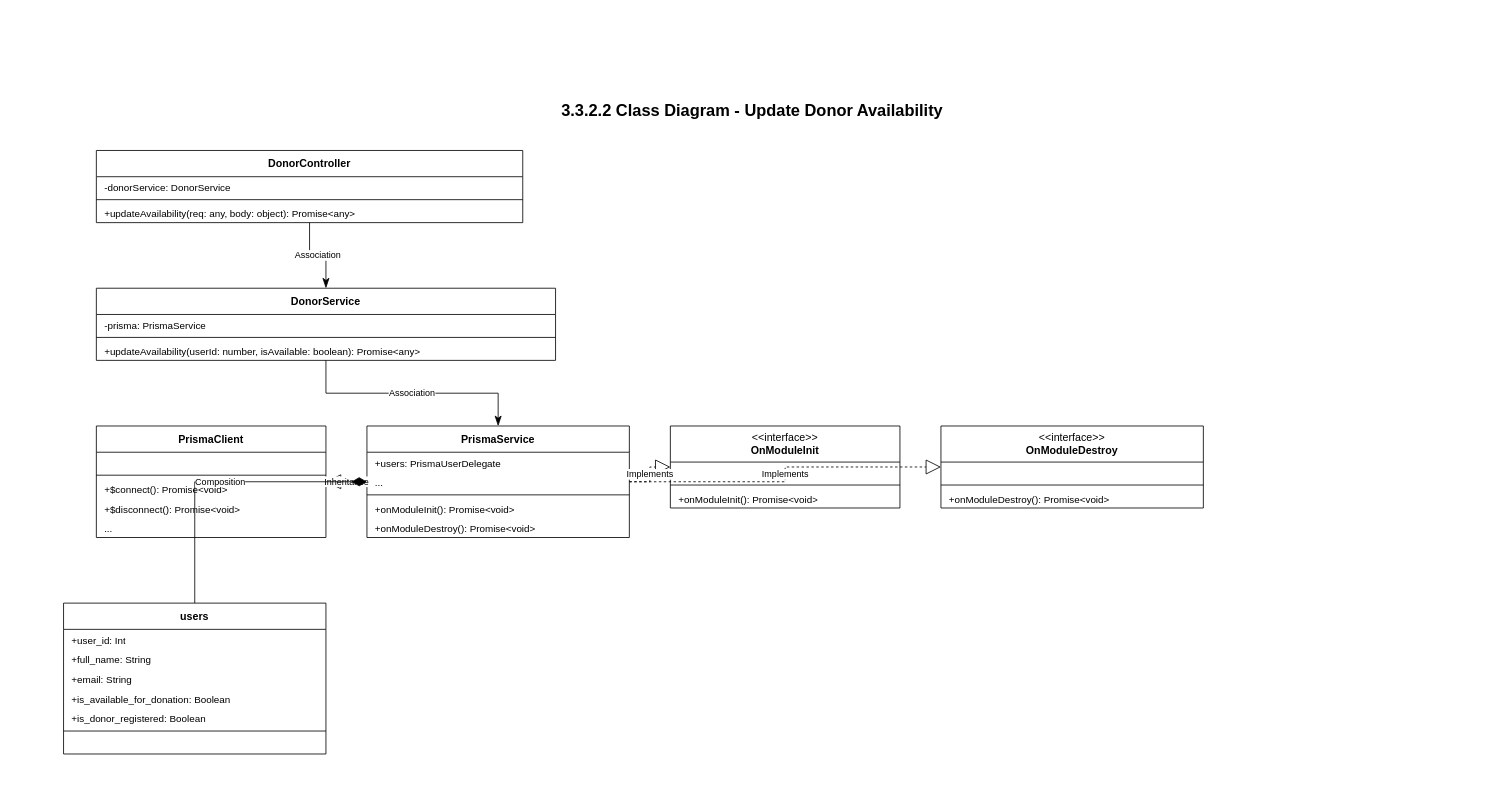
Earlier version of the draw.io diagram page "Update Donor Availability" (3 of 7) of donor_all_class_diagrams.drawio (CuongBC195/class-diagram-donation-blood). Source tidied: cells renumbered, new cells numbered last; positions are measured from the earlier drawing's top-left corner, leaving out a move shared by most shapes. Both pictures are drawn from the tidied source at 82%, with x=0, y=0 at pixel (14, 93).
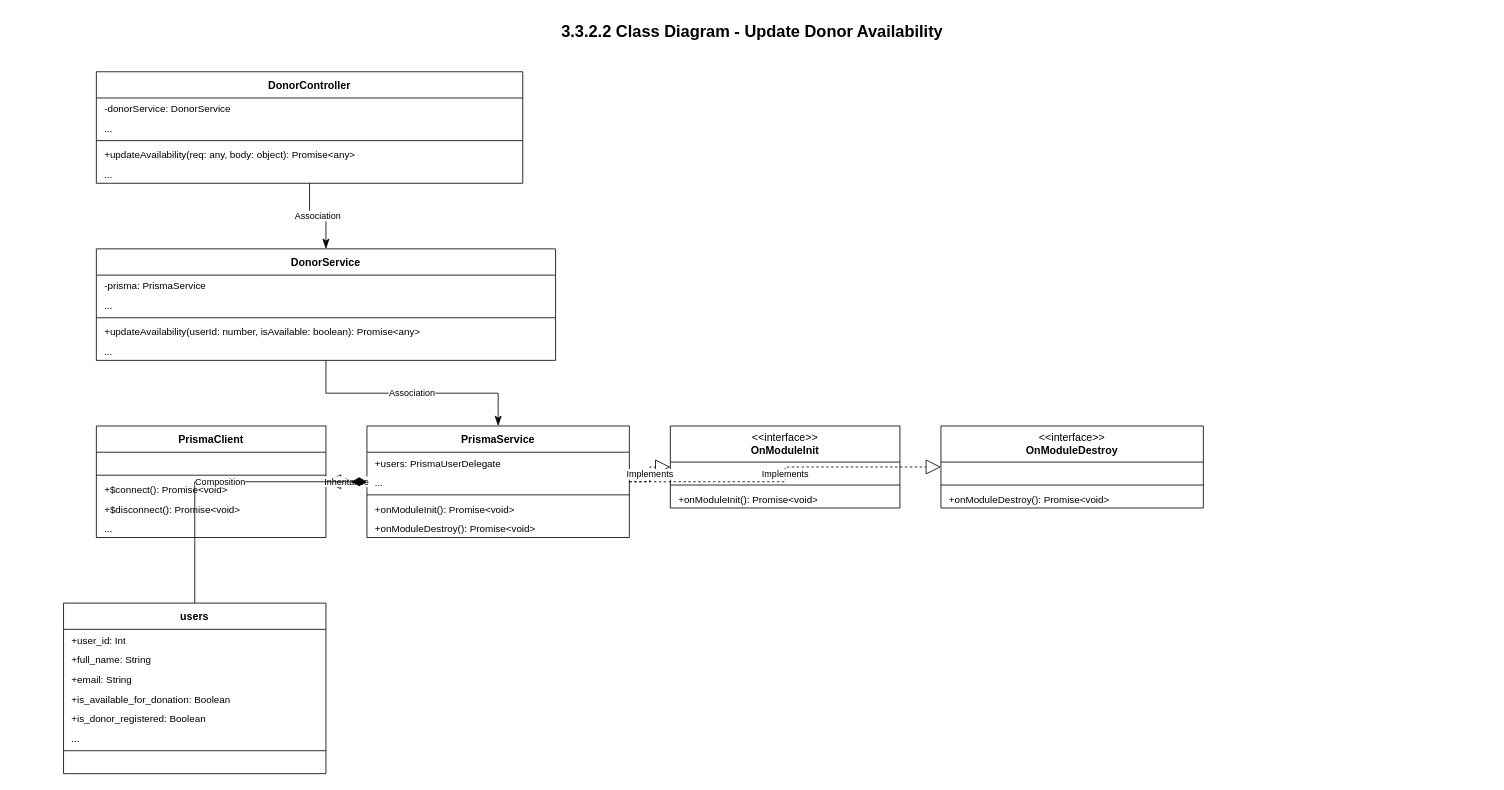
Above is the later version.

The edit, as a diff of the source:
```diff
@@
     <mxCell id="2" value="3.3.2.2 Class Diagram - Update Donor Availability" style="text;html=1;strokeColor=none;fillColor=none;align=center;verticalAlign=middle;whiteSpace=wrap;rounded=0;fontFamily=Arial;fontSize=20;fontStyle=1;fontColor=#000000;" parent="1" vertex="1">
-      <mxGeometry width="1800" height="40" as="geometry" />
+      <mxGeometry y="-96" width="1800" height="40" as="geometry" />
     </mxCell>
     <mxCell id="3" value="&lt;b&gt;DonorController&lt;/b&gt;" style="swimlane;fontStyle=0;horizontal=1;startSize=32;whiteSpace=wrap;html=1;fillColor=#ffffff;strokeColor=#000000;swimlaneFillColor=#ffffff;fontColor=#000000;fontFamily=Arial;fontSize=13;" parent="1" vertex="1">
-      <mxGeometry x="100" y="70" width="520" height="88" as="geometry" />
+      <mxGeometry x="100" y="-26" width="520" height="136" as="geometry" />
     </mxCell>
@@
+    <mxCell id="45" value="..." style="text;strokeColor=none;fillColor=none;align=left;verticalAlign=top;spacingLeft=8;spacingRight=8;overflow=hidden;whiteSpace=wrap;html=1;fontFamily=Arial;fontSize=12;fontColor=#000000;" parent="3" vertex="1">
+      <mxGeometry y="56" width="520" height="24" as="geometry" />
+    </mxCell>
     <mxCell id="5" style="line;strokeWidth=1;fillColor=none;strokeColor=#000000;align=left;verticalAlign=middle;" parent="3" vertex="1">
-      <mxGeometry y="56" width="520" height="8" as="geometry" />
+      <mxGeometry y="80" width="520" height="8" as="geometry" />
     </mxCell>
     <mxCell id="6" value="+updateAvailability(req: any, body: object): Promise&amp;lt;any&amp;gt;" style="text;strokeColor=none;fillColor=none;align=left;verticalAlign=top;spacingLeft=8;spacingRight=8;overflow=hidden;whiteSpace=wrap;html=1;fontFamily=Arial;fontSize=12;fontColor=#000000;" parent="3" vertex="1">
-      <mxGeometry y="64" width="520" height="24" as="geometry" />
+      <mxGeometry y="88" width="520" height="24" as="geometry" />
     </mxCell>
+    <mxCell id="46" value="..." style="text;strokeColor=none;fillColor=none;align=left;verticalAlign=top;spacingLeft=8;spacingRight=8;overflow=hidden;whiteSpace=wrap;html=1;fontFamily=Arial;fontSize=12;fontColor=#000000;" parent="3" vertex="1">
+      <mxGeometry y="112" width="520" height="24" as="geometry" />
+    </mxCell>
     <mxCell id="7" value="&lt;b&gt;DonorService&lt;/b&gt;" style="swimlane;fontStyle=0;horizontal=1;startSize=32;whiteSpace=wrap;html=1;fillColor=#ffffff;strokeColor=#000000;swimlaneFillColor=#ffffff;fontColor=#000000;fontFamily=Arial;fontSize=13;" parent="1" vertex="1">
-      <mxGeometry x="100" y="238" width="560" height="88" as="geometry" />
+      <mxGeometry x="100" y="190" width="560" height="136" as="geometry" />
     </mxCell>
@@
+    <mxCell id="47" value="..." style="text;strokeColor=none;fillColor=none;align=left;verticalAlign=top;spacingLeft=8;spacingRight=8;overflow=hidden;whiteSpace=wrap;html=1;fontFamily=Arial;fontSize=12;fontColor=#000000;" parent="7" vertex="1">
+      <mxGeometry y="56" width="560" height="24" as="geometry" />
+    </mxCell>
     <mxCell id="9" style="line;strokeWidth=1;fillColor=none;strokeColor=#000000;align=left;verticalAlign=middle;" parent="7" vertex="1">
-      <mxGeometry y="56" width="560" height="8" as="geometry" />
+      <mxGeometry y="80" width="560" height="8" as="geometry" />
     </mxCell>
     <mxCell id="10" value="+updateAvailability(userId: number, isAvailable: boolean): Promise&amp;lt;any&amp;gt;" style="text;strokeColor=none;fillColor=none;align=left;verticalAlign=top;spacingLeft=8;spacingRight=8;overflow=hidden;whiteSpace=wrap;html=1;fontFamily=Arial;fontSize=12;fontColor=#000000;" parent="7" vertex="1">
-      <mxGeometry y="64" width="560" height="24" as="geometry" />
+      <mxGeometry y="88" width="560" height="24" as="geometry" />
     </mxCell>
+    <mxCell id="48" value="..." style="text;strokeColor=none;fillColor=none;align=left;verticalAlign=top;spacingLeft=8;spacingRight=8;overflow=hidden;whiteSpace=wrap;html=1;fontFamily=Arial;fontSize=12;fontColor=#000000;" parent="7" vertex="1">
+      <mxGeometry y="112" width="560" height="24" as="geometry" />
+    </mxCell>
@@
     <mxCell id="31" value="&lt;b&gt;users&lt;/b&gt;" style="swimlane;fontStyle=0;horizontal=1;startSize=32;whiteSpace=wrap;html=1;fillColor=#ffffff;strokeColor=#000000;swimlaneFillColor=#ffffff;fontColor=#000000;fontFamily=Arial;fontSize=13;" parent="1" vertex="1">
-      <mxGeometry x="60" y="622" width="320" height="184" as="geometry" />
+      <mxGeometry x="60" y="622" width="320" height="208" as="geometry" />
     </mxCell>
@@
+    <mxCell id="49" value="..." style="text;strokeColor=none;fillColor=none;align=left;verticalAlign=top;spacingLeft=8;spacingRight=8;overflow=hidden;whiteSpace=wrap;html=1;fontFamily=Arial;fontSize=12;fontColor=#000000;" parent="31" vertex="1">
+      <mxGeometry y="152" width="320" height="24" as="geometry" />
+    </mxCell>
     <mxCell id="37" style="line;strokeWidth=1;fillColor=none;strokeColor=#000000;align=left;verticalAlign=middle;" parent="31" vertex="1">
-      <mxGeometry y="152" width="320" height="8" as="geometry" />
+      <mxGeometry y="176" width="320" height="8" as="geometry" />
     </mxCell>
     <mxCell id="38" value=" " style="text;strokeColor=none;fillColor=none;align=left;verticalAlign=top;spacingLeft=8;spacingRight=8;overflow=hidden;whiteSpace=wrap;html=1;fontFamily=Arial;fontSize=12;fontColor=#000000;" parent="31" vertex="1">
-      <mxGeometry y="160" width="320" height="24" as="geometry" />
+      <mxGeometry y="184" width="320" height="24" as="geometry" />
     </mxCell>
```
